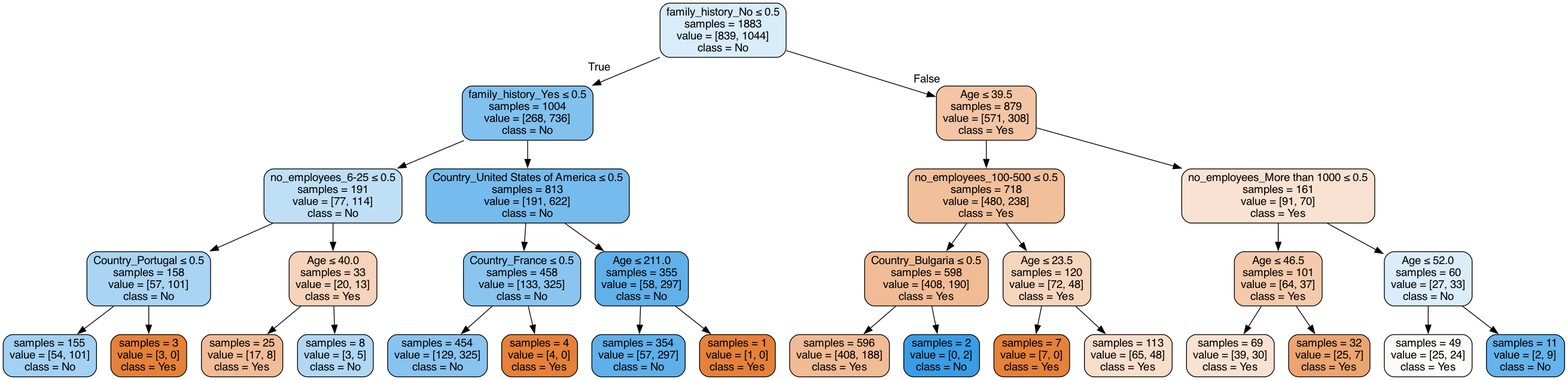
cadej09/CSE-163-Final-Project keeps this Graphviz diagram as tree.gv.png. Above is the earlier version. Its source is kept beside it as tree.gv.
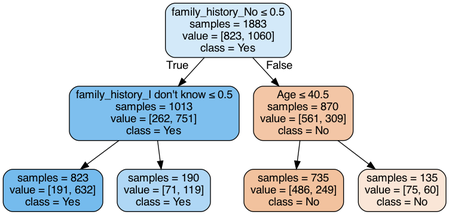
Above is the later version.

What changed in the source:
```diff
@@ -1,65 +1,17 @@
 digraph Tree {
 node [shape=box, style="filled, rounded", color="black", fontname="helvetica"] ;
 edge [fontname="helvetica"] ;
-0 [label=<family_history_No &le; 0.5<br/>samples = 1883<br/>value = [839, 1044]<br/>class = No>, fillcolor="#d8ecfa"] ;
-1 [label=<family_history_Yes &le; 0.5<br/>samples = 1004<br/>value = [268, 736]<br/>class = No>, fillcolor="#81c1ee"] ;
+0 [label=<family_history_No &le; 0.5<br/>samples = 1883<br/>value = [823, 1060]<br/>class = Yes>, fillcolor="#d3e9f9"] ;
+1 [label=<family_history_I don't know &le; 0.5<br/>samples = 1013<br/>value = [262, 751]<br/>class = Yes>, fillcolor="#7ebfee"] ;
 0 -> 1 [labeldistance=2.5, labelangle=45, headlabel="True"] ;
-2 [label=<no_employees_6-25 &le; 0.5<br/>samples = 191<br/>value = [77, 114]<br/>class = No>, fillcolor="#bfdff7"] ;
+2 [label=<samples = 823<br/>value = [191, 632]<br/>class = Yes>, fillcolor="#75bbed"] ;
 1 -> 2 ;
-3 [label=<Country_Portugal &le; 0.5<br/>samples = 158<br/>value = [57, 101]<br/>class = No>, fillcolor="#a9d4f4"] ;
-2 -> 3 ;
-4 [label=<samples = 155<br/>value = [54, 101]<br/>class = No>, fillcolor="#a3d1f3"] ;
-3 -> 4 ;
-5 [label=<samples = 3<br/>value = [3, 0]<br/>class = Yes>, fillcolor="#e58139"] ;
-3 -> 5 ;
-6 [label=<Age &le; 40.0<br/>samples = 33<br/>value = [20, 13]<br/>class = Yes>, fillcolor="#f6d3ba"] ;
-2 -> 6 ;
-7 [label=<samples = 25<br/>value = [17, 8]<br/>class = Yes>, fillcolor="#f1bc96"] ;
-6 -> 7 ;
-8 [label=<samples = 8<br/>value = [3, 5]<br/>class = No>, fillcolor="#b0d8f5"] ;
-6 -> 8 ;
-9 [label=<Country_United States of America &le; 0.5<br/>samples = 813<br/>value = [191, 622]<br/>class = No>, fillcolor="#76bbed"] ;
-1 -> 9 ;
-10 [label=<Country_France &le; 0.5<br/>samples = 458<br/>value = [133, 325]<br/>class = No>, fillcolor="#8ac5f0"] ;
-9 -> 10 ;
-11 [label=<samples = 454<br/>value = [129, 325]<br/>class = No>, fillcolor="#88c4ef"] ;
-10 -> 11 ;
-12 [label=<samples = 4<br/>value = [4, 0]<br/>class = Yes>, fillcolor="#e58139"] ;
-10 -> 12 ;
-13 [label=<Age &le; 211.0<br/>samples = 355<br/>value = [58, 297]<br/>class = No>, fillcolor="#60b0ea"] ;
-9 -> 13 ;
-14 [label=<samples = 354<br/>value = [57, 297]<br/>class = No>, fillcolor="#5fb0ea"] ;
-13 -> 14 ;
-15 [label=<samples = 1<br/>value = [1, 0]<br/>class = Yes>, fillcolor="#e58139"] ;
-13 -> 15 ;
-16 [label=<Age &le; 39.5<br/>samples = 879<br/>value = [571, 308]<br/>class = Yes>, fillcolor="#f3c5a4"] ;
-0 -> 16 [labeldistance=2.5, labelangle=-45, headlabel="False"] ;
-17 [label=<no_employees_100-500 &le; 0.5<br/>samples = 718<br/>value = [480, 238]<br/>class = Yes>, fillcolor="#f2bf9b"] ;
-16 -> 17 ;
-18 [label=<Country_Bulgaria &le; 0.5<br/>samples = 598<br/>value = [408, 190]<br/>class = Yes>, fillcolor="#f1bc95"] ;
-17 -> 18 ;
-19 [label=<samples = 596<br/>value = [408, 188]<br/>class = Yes>, fillcolor="#f1bb94"] ;
-18 -> 19 ;
-20 [label=<samples = 2<br/>value = [0, 2]<br/>class = No>, fillcolor="#399de5"] ;
-18 -> 20 ;
-21 [label=<Age &le; 23.5<br/>samples = 120<br/>value = [72, 48]<br/>class = Yes>, fillcolor="#f6d5bd"] ;
-17 -> 21 ;
-22 [label=<samples = 7<br/>value = [7, 0]<br/>class = Yes>, fillcolor="#e58139"] ;
-21 -> 22 ;
-23 [label=<samples = 113<br/>value = [65, 48]<br/>class = Yes>, fillcolor="#f8decb"] ;
-21 -> 23 ;
-24 [label=<no_employees_More than 1000 &le; 0.5<br/>samples = 161<br/>value = [91, 70]<br/>class = Yes>, fillcolor="#f9e2d1"] ;
-16 -> 24 ;
-25 [label=<Age &le; 46.5<br/>samples = 101<br/>value = [64, 37]<br/>class = Yes>, fillcolor="#f4caab"] ;
-24 -> 25 ;
-26 [label=<samples = 69<br/>value = [39, 30]<br/>class = Yes>, fillcolor="#f9e2d1"] ;
-25 -> 26 ;
-27 [label=<samples = 32<br/>value = [25, 7]<br/>class = Yes>, fillcolor="#eca470"] ;
-25 -> 27 ;
-28 [label=<Age &le; 52.0<br/>samples = 60<br/>value = [27, 33]<br/>class = No>, fillcolor="#dbedfa"] ;
-24 -> 28 ;
-29 [label=<samples = 49<br/>value = [25, 24]<br/>class = Yes>, fillcolor="#fefaf7"] ;
-28 -> 29 ;
-30 [label=<samples = 11<br/>value = [2, 9]<br/>class = No>, fillcolor="#65b3eb"] ;
-28 -> 30 ;
+3 [label=<samples = 190<br/>value = [71, 119]<br/>class = Yes>, fillcolor="#afd7f5"] ;
+1 -> 3 ;
+4 [label=<Age &le; 40.5<br/>samples = 870<br/>value = [561, 309]<br/>class = No>, fillcolor="#f3c6a6"] ;
+0 -> 4 [labeldistance=2.5, labelangle=-45, headlabel="False"] ;
+5 [label=<samples = 735<br/>value = [486, 249]<br/>class = No>, fillcolor="#f2c29e"] ;
+4 -> 5 ;
+6 [label=<samples = 135<br/>value = [75, 60]<br/>class = No>, fillcolor="#fae6d7"] ;
+4 -> 6 ;
 }
```
